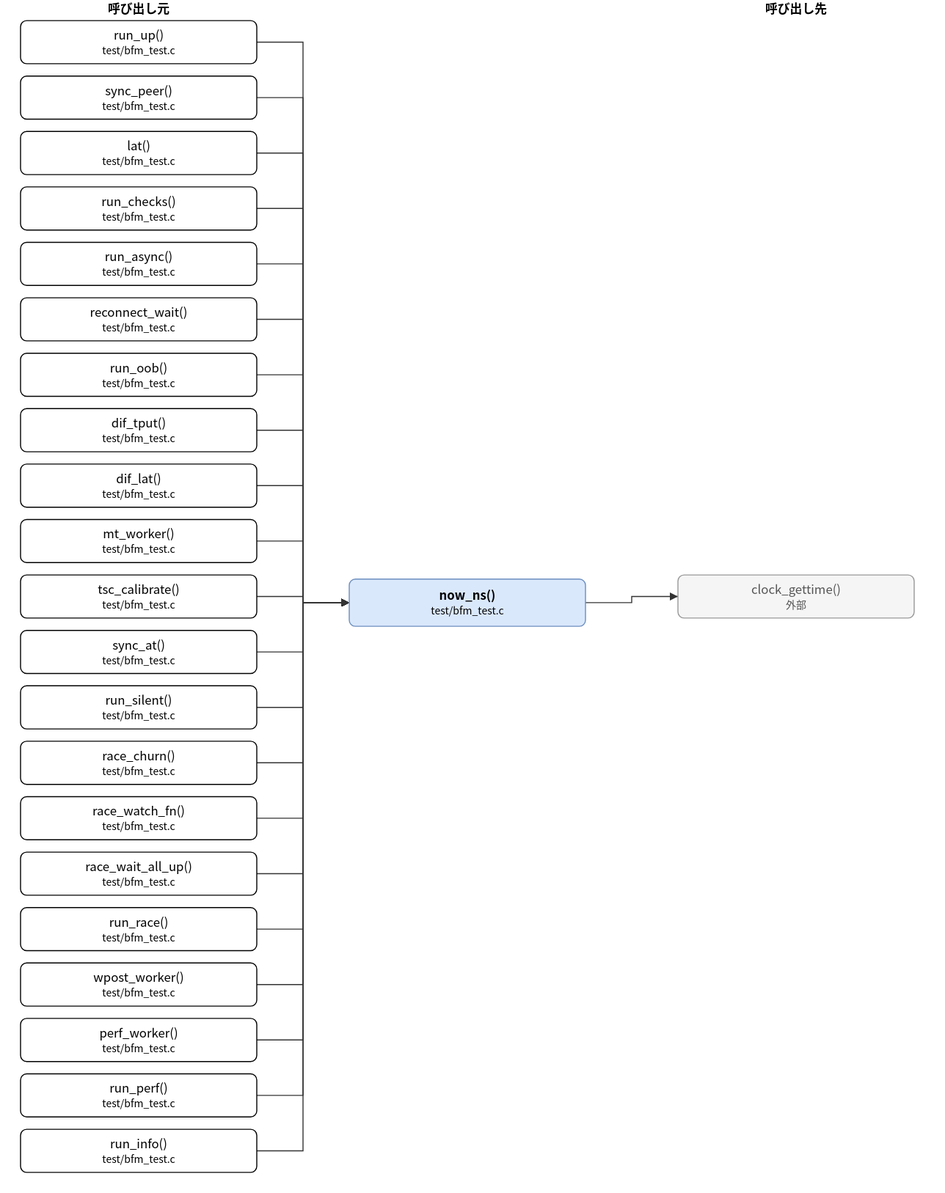
Before: doc/spec/images/call_test_bfm_test-now_ns.drawio.svg, a diagram exported from draw.io (hf355051012-ai/bfmem). Source tidied: cells renumbered, new cells last; positions are measured from the earlier drawing's top-left corner, leaving out a move shared by most shapes.
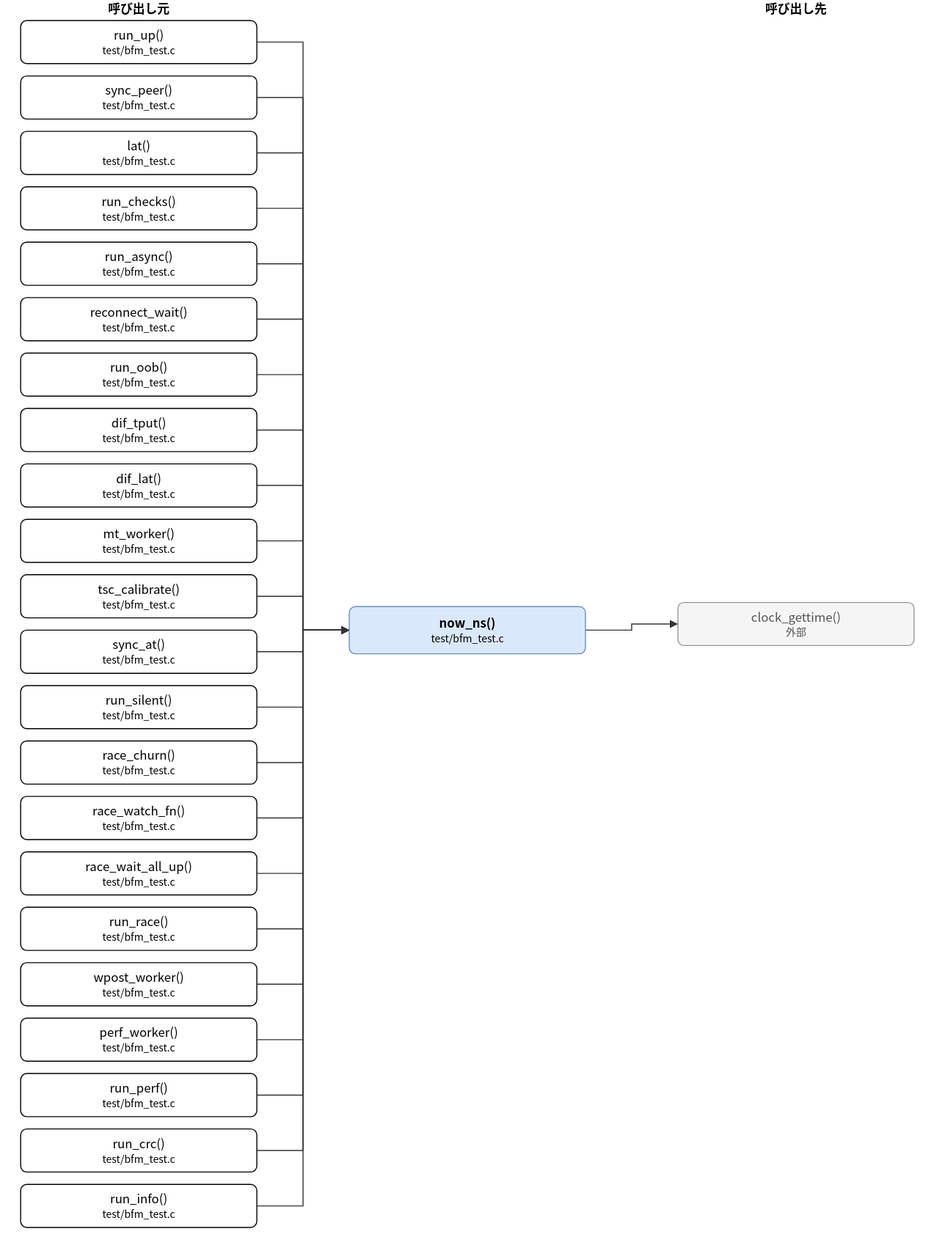
Above is the later version.

Diff of the diagram source:
```diff
@@ -3,7 +3,7 @@
     <mxCell id="0" />
     <mxCell id="1" parent="0" />
     <mxCell id="2" value="now_ns()&lt;br&gt;&lt;font style=&quot;font-size:10px&quot;&gt;test/bfm_test.c&lt;/font&gt;" style="rounded=1;whiteSpace=wrap;html=1;fillColor=#dae8fc;strokeColor=#6c8ebf;fontStyle=1;" parent="1" vertex="1">
-      <mxGeometry x="320" y="564" width="230" height="46" as="geometry" />
+      <mxGeometry x="320" y="591" width="230" height="46" as="geometry" />
     </mxCell>
     <mxCell id="3" value="run_up()&lt;br&gt;&lt;font style=&quot;font-size:10px&quot;&gt;test/bfm_test.c&lt;/font&gt;" style="rounded=1;whiteSpace=wrap;html=1;" parent="1" vertex="1">
       <mxGeometry y="20" width="230" height="42" as="geometry" />
@@ -65,17 +65,20 @@
     <mxCell id="22" value="run_perf()&lt;br&gt;&lt;font style=&quot;font-size:10px&quot;&gt;test/bfm_test.c&lt;/font&gt;" style="rounded=1;whiteSpace=wrap;html=1;" parent="1" vertex="1">
       <mxGeometry y="1046" width="230" height="42" as="geometry" />
     </mxCell>
-    <mxCell id="23" value="run_info()&lt;br&gt;&lt;font style=&quot;font-size:10px&quot;&gt;test/bfm_test.c&lt;/font&gt;" style="rounded=1;whiteSpace=wrap;html=1;" parent="1" vertex="1">
+    <mxCell id="23" value="run_crc()&lt;br&gt;&lt;font style=&quot;font-size:10px&quot;&gt;test/bfm_test.c&lt;/font&gt;" style="rounded=1;whiteSpace=wrap;html=1;" parent="1" vertex="1">
       <mxGeometry y="1100" width="230" height="42" as="geometry" />
     </mxCell>
+    <mxCell id="49" value="run_info()&lt;br&gt;&lt;font style=&quot;font-size:10px&quot;&gt;test/bfm_test.c&lt;/font&gt;" style="rounded=1;whiteSpace=wrap;html=1;" parent="1" vertex="1">
+      <mxGeometry y="1154" width="230" height="42" as="geometry" />
+    </mxCell>
     <mxCell id="24" value="clock_gettime()&lt;br&gt;&lt;font style=&quot;font-size:10px&quot;&gt;外部&lt;/font&gt;" style="rounded=1;whiteSpace=wrap;html=1;fillColor=#f5f5f5;strokeColor=#999999;fontColor=#555555;" parent="1" vertex="1">
-      <mxGeometry x="640" y="560" width="230" height="42" as="geometry" />
+      <mxGeometry x="640" y="587" width="230" height="42" as="geometry" />
     </mxCell>
     <mxCell id="25" style="edgeStyle=none;html=1;rounded=0;endArrow=block;endFill=1;exitX=1.0000;exitY=0.5000;exitDx=0;exitDy=0;exitPerimeter=0;entryX=0.0000;entryY=0.5000;entryDx=0;entryDy=0;entryPerimeter=0;" parent="1" edge="1" source="3" target="2">
       <mxGeometry relative="1" as="geometry">
         <Array as="points">
           <mxPoint x="275" y="41" />
-          <mxPoint x="275" y="587" />
+          <mxPoint x="275" y="614" />
         </Array>
       </mxGeometry>
     </mxCell>
@@ -83,7 +86,7 @@
       <mxGeometry relative="1" as="geometry">
         <Array as="points">
           <mxPoint x="275" y="95" />
-          <mxPoint x="275" y="587" />
+          <mxPoint x="275" y="614" />
         </Array>
       </mxGeometry>
     </mxCell>
@@ -91,7 +94,7 @@
       <mxGeometry relative="1" as="geometry">
         <Array as="points">
           <mxPoint x="275" y="149" />
-          <mxPoint x="275" y="587" />
+          <mxPoint x="275" y="614" />
         </Array>
       </mxGeometry>
     </mxCell>
@@ -99,7 +102,7 @@
       <mxGeometry relative="1" as="geometry">
         <Array as="points">
           <mxPoint x="275" y="203" />
-          <mxPoint x="275" y="587" />
+          <mxPoint x="275" y="614" />
         </Array>
       </mxGeometry>
     </mxCell>
@@ -107,7 +110,7 @@
       <mxGeometry relative="1" as="geometry">
         <Array as="points">
           <mxPoint x="275" y="257" />
-          <mxPoint x="275" y="587" />
+          <mxPoint x="275" y="614" />
         </Array>
       </mxGeometry>
     </mxCell>
@@ -115,7 +118,7 @@
       <mxGeometry relative="1" as="geometry">
         <Array as="points">
           <mxPoint x="275" y="311" />
-          <mxPoint x="275" y="587" />
+          <mxPoint x="275" y="614" />
         </Array>
       </mxGeometry>
     </mxCell>
@@ -123,7 +126,7 @@
       <mxGeometry relative="1" as="geometry">
         <Array as="points">
           <mxPoint x="275" y="365" />
-          <mxPoint x="275" y="587" />
+          <mxPoint x="275" y="614" />
         </Array>
       </mxGeometry>
     </mxCell>
@@ -131,7 +134,7 @@
       <mxGeometry relative="1" as="geometry">
         <Array as="points">
           <mxPoint x="275" y="419" />
-          <mxPoint x="275" y="587" />
+          <mxPoint x="275" y="614" />
         </Array>
       </mxGeometry>
     </mxCell>
@@ -139,7 +142,7 @@
       <mxGeometry relative="1" as="geometry">
         <Array as="points">
           <mxPoint x="275" y="473" />
-          <mxPoint x="275" y="587" />
+          <mxPoint x="275" y="614" />
         </Array>
       </mxGeometry>
     </mxCell>
@@ -147,7 +150,7 @@
       <mxGeometry relative="1" as="geometry">
         <Array as="points">
           <mxPoint x="275" y="527" />
-          <mxPoint x="275" y="587" />
+          <mxPoint x="275" y="614" />
         </Array>
       </mxGeometry>
     </mxCell>
@@ -155,7 +158,7 @@
       <mxGeometry relative="1" as="geometry">
         <Array as="points">
           <mxPoint x="275" y="581" />
-          <mxPoint x="275" y="587" />
+          <mxPoint x="275" y="614" />
         </Array>
       </mxGeometry>
     </mxCell>
@@ -163,7 +166,7 @@
       <mxGeometry relative="1" as="geometry">
         <Array as="points">
           <mxPoint x="275" y="635" />
-          <mxPoint x="275" y="587" />
+          <mxPoint x="275" y="614" />
         </Array>
       </mxGeometry>
     </mxCell>
@@ -171,7 +174,7 @@
       <mxGeometry relative="1" as="geometry">
         <Array as="points">
           <mxPoint x="275" y="689" />
-          <mxPoint x="275" y="587" />
+          <mxPoint x="275" y="614" />
         </Array>
       </mxGeometry>
     </mxCell>
@@ -179,7 +182,7 @@
       <mxGeometry relative="1" as="geometry">
         <Array as="points">
           <mxPoint x="275" y="743" />
-          <mxPoint x="275" y="587" />
+          <mxPoint x="275" y="614" />
         </Array>
       </mxGeometry>
     </mxCell>
@@ -187,7 +190,7 @@
       <mxGeometry relative="1" as="geometry">
         <Array as="points">
           <mxPoint x="275" y="797" />
-          <mxPoint x="275" y="587" />
+          <mxPoint x="275" y="614" />
         </Array>
       </mxGeometry>
     </mxCell>
@@ -195,7 +198,7 @@
       <mxGeometry relative="1" as="geometry">
         <Array as="points">
           <mxPoint x="275" y="851" />
-          <mxPoint x="275" y="587" />
+          <mxPoint x="275" y="614" />
         </Array>
       </mxGeometry>
     </mxCell>
@@ -203,7 +206,7 @@
       <mxGeometry relative="1" as="geometry">
         <Array as="points">
           <mxPoint x="275" y="905" />
-          <mxPoint x="275" y="587" />
+          <mxPoint x="275" y="614" />
         </Array>
       </mxGeometry>
     </mxCell>
@@ -211,7 +214,7 @@
       <mxGeometry relative="1" as="geometry">
         <Array as="points">
           <mxPoint x="275" y="959" />
-          <mxPoint x="275" y="587" />
+          <mxPoint x="275" y="614" />
         </Array>
       </mxGeometry>
     </mxCell>
@@ -219,7 +222,7 @@
       <mxGeometry relative="1" as="geometry">
         <Array as="points">
           <mxPoint x="275" y="1013" />
-          <mxPoint x="275" y="587" />
+          <mxPoint x="275" y="614" />
         </Array>
       </mxGeometry>
     </mxCell>
@@ -227,7 +230,7 @@
       <mxGeometry relative="1" as="geometry">
         <Array as="points">
           <mxPoint x="275" y="1067" />
-          <mxPoint x="275" y="587" />
+          <mxPoint x="275" y="614" />
         </Array>
       </mxGeometry>
     </mxCell>
@@ -235,18 +238,26 @@
       <mxGeometry relative="1" as="geometry">
         <Array as="points">
           <mxPoint x="275" y="1121" />
-          <mxPoint x="275" y="587" />
+          <mxPoint x="275" y="614" />
         </Array>
       </mxGeometry>
     </mxCell>
-    <mxCell id="46" style="edgeStyle=none;html=1;rounded=0;endArrow=block;endFill=1;exitX=1.0000;exitY=0.5000;exitDx=0;exitDy=0;exitPerimeter=0;entryX=0.0000;entryY=0.5000;entryDx=0;entryDy=0;entryPerimeter=0;" parent="1" edge="1" source="2" target="24">
+    <mxCell id="46" style="edgeStyle=none;html=1;rounded=0;endArrow=block;endFill=1;exitX=1.0000;exitY=0.5000;exitDx=0;exitDy=0;exitPerimeter=0;entryX=0.0000;entryY=0.5000;entryDx=0;entryDy=0;entryPerimeter=0;" parent="1" edge="1" source="49" target="2">
       <mxGeometry relative="1" as="geometry">
         <Array as="points">
-          <mxPoint x="595" y="587" />
-          <mxPoint x="595" y="581" />
+          <mxPoint x="275" y="1175" />
+          <mxPoint x="275" y="614" />
         </Array>
       </mxGeometry>
     </mxCell>
+    <mxCell id="50" style="edgeStyle=none;html=1;rounded=0;endArrow=block;endFill=1;exitX=1.0000;exitY=0.5000;exitDx=0;exitDy=0;exitPerimeter=0;entryX=0.0000;entryY=0.5000;entryDx=0;entryDy=0;entryPerimeter=0;" parent="1" edge="1" source="2" target="24">
+      <mxGeometry relative="1" as="geometry">
+        <Array as="points">
+          <mxPoint x="595" y="614" />
+          <mxPoint x="595" y="608" />
+        </Array>
+      </mxGeometry>
+    </mxCell>
     <mxCell id="47" value="呼び出し元" style="text;html=1;align=center;fontStyle=1;" parent="1" vertex="1">
       <mxGeometry x="35" width="160" height="18" as="geometry" />
     </mxCell>
```
